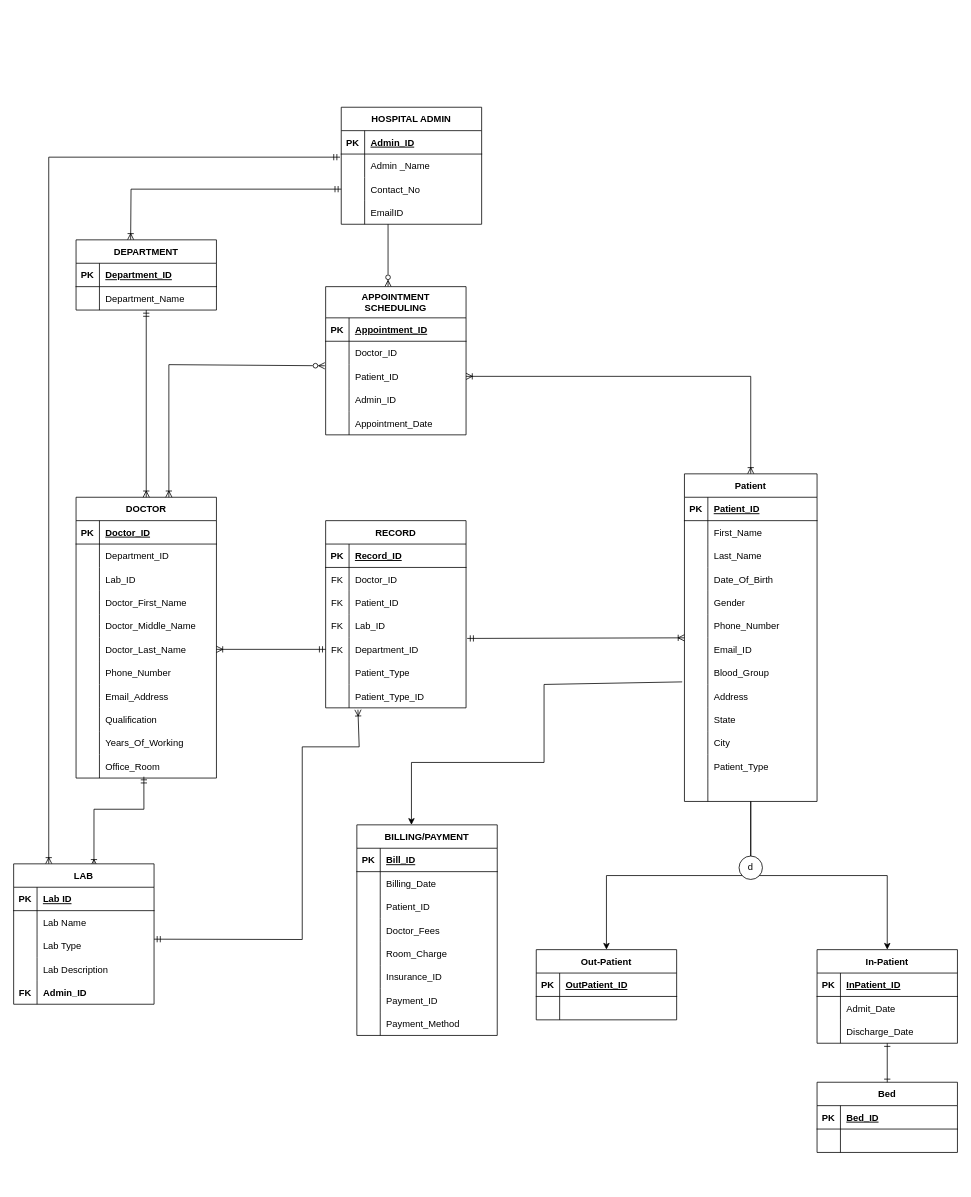
KashyapKompella/DAMG6210_HospitalManagementDatabase keeps this draw.io diagram as Untitled Diagram.drawio. Above is the earlier version. Source tidied: cells renumbered, new cells numbered last; positions are measured from the earlier drawing's top-left corner, leaving out a move shared by most shapes. Both pictures are drawn from the tidied source at 78%, with x=0, y=0 at pixel (13, 107).
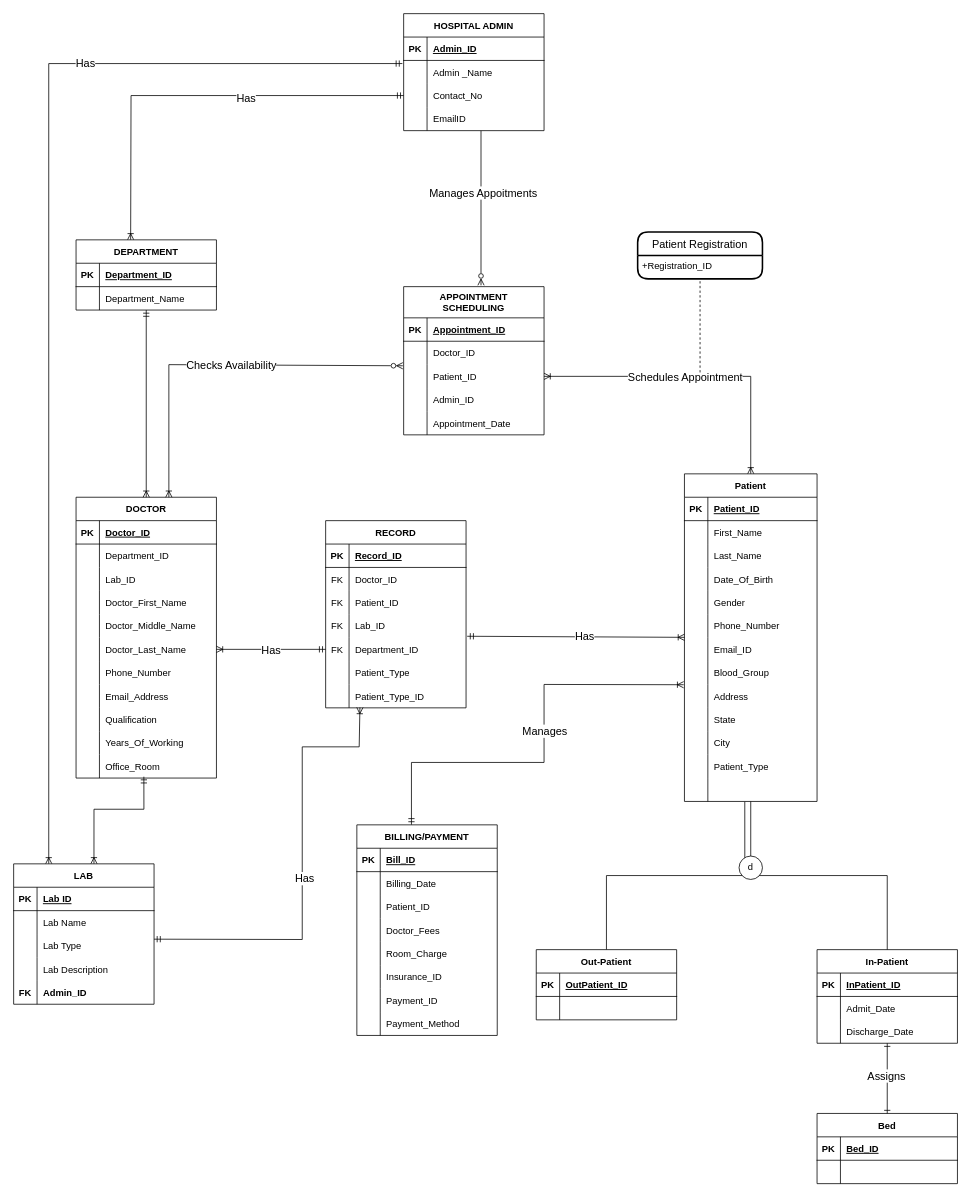
The same diagram, later.

Commit message:
DMDD Group7 Initial ERDv5.drawio

Unchanged cells that the change refers to:
```xml
<mxCell id="3" style="edgeStyle=orthogonalEdgeStyle;rounded=0;jettySize=auto;html=1;startArrow=ERmandOne;startFill=0;endArrow=ERoneToMany;endFill=0;entryX=0.5;entryY=0;entryDx=0;entryDy=0;exitX=0;exitY=0.5;exitDx=0;exitDy=0;" parent="1" edge="1" source="18">
  <mxGeometry relative="1" as="geometry">
    <mxPoint x="150" y="170" as="targetPoint" />
  </mxGeometry>
</mxCell>
<mxCell id="4" style="edgeStyle=orthogonalEdgeStyle;rounded=0;jettySize=auto;html=1;endArrow=ERoneToMany;endFill=0;startArrow=ERoneToMany;startFill=0;exitX=1;exitY=0.5;exitDx=0;exitDy=0;entryX=0.5;entryY=0;entryDx=0;entryDy=0;" parent="1" edge="1" source="89" target="143">
  <mxGeometry relative="1" as="geometry" />
</mxCell>
<mxCell id="6" style="edgeStyle=orthogonalEdgeStyle;rounded=0;jettySize=auto;html=1;startArrow=ERmandOne;startFill=0;endArrow=ERoneToMany;endFill=0;exitX=-0.009;exitY=0.133;exitDx=0;exitDy=0;entryX=0.25;entryY=0;entryDx=0;entryDy=0;exitPerimeter=0;" parent="1" edge="1" source="15" target="24">
  <mxGeometry relative="1" as="geometry" />
</mxCell>
<mxCell id="9" style="rounded=0;jettySize=auto;html=1;startArrow=ERmandOne;startFill=0;endArrow=ERoneToMany;endFill=0;entryX=1;entryY=0.5;entryDx=0;entryDy=0;exitX=0;exitY=0.5;exitDx=0;exitDy=0;" parent="1" edge="1" source="206" target="63">
  <mxGeometry relative="1" as="geometry" />
</mxCell>
<mxCell id="21" style="shape=tableRow;horizontal=0;startSize=0;swimlaneHead=0;swimlaneBody=0;fillColor=none;points=[[0,0.5],[1,0.5]];portConstraint=eastwest;top=0;left=0;right=0;bottom=0;" parent="11" vertex="1">
  <mxGeometry y="120" width="180" height="30" as="geometry" />
</mxCell>
<mxCell id="24" value="LAB" style="shape=table;startSize=30;childLayout=tableLayout;rowLines=0;fontStyle=1;align=center;" parent="1" vertex="1">
  <mxGeometry y="970" width="180" height="180" as="geometry" />
</mxCell>
<mxCell id="31" style="shape=tableRow;horizontal=0;startSize=0;swimlaneHead=0;swimlaneBody=0;fillColor=none;points=[[0,0.5],[1,0.5]];portConstraint=eastwest;top=0;left=0;right=0;bottom=0;" parent="24" vertex="1">
  <mxGeometry y="90" width="180" height="30" as="geometry" />
</mxCell>
<mxCell id="78" style="shape=tableRow;horizontal=0;startSize=0;swimlaneHead=0;swimlaneBody=0;fillColor=none;points=[[0,0.5],[1,0.5]];portConstraint=eastwest;top=0;left=0;right=0;bottom=0;fontSize=12;" parent="47" vertex="1">
  <mxGeometry y="330" width="180" height="30" as="geometry" />
</mxCell>
<mxCell id="123" style="rounded=0;jettySize=auto;html=1;startArrow=ERzeroToMany;startFill=0;endArrow=ERoneToMany;endFill=0;exitX=-0.006;exitY=0.048;exitDx=0;exitDy=0;exitPerimeter=0;" parent="1" edge="1" source="89">
  <mxGeometry relative="1" as="geometry">
    <mxPoint x="199" y="500" as="targetPoint" />
    <Array as="points">
      <mxPoint x="199" y="330" />
    </Array>
  </mxGeometry>
</mxCell>
<mxCell id="124" style="group;" parent="1" vertex="1">
  <mxGeometry x="1030" y="1080" width="180" height="260" as="geometry" />
</mxCell>
<mxCell id="125" value="In-Patient" style="shape=table;startSize=30;childLayout=tableLayout;rowLines=0;fontStyle=1;align=center;fontSize=12;" parent="124" vertex="1">
  <mxGeometry width="180" height="120" as="geometry" />
</mxCell>
<mxCell id="142" style="edgeStyle=orthogonalEdgeStyle;rounded=0;jettySize=auto;html=1;exitX=0.5;exitY=0;exitDx=0;exitDy=0;endArrow=ERone;endFill=0;startArrow=ERone;startFill=0;" parent="124" edge="1" source="135" target="125">
  <mxGeometry relative="1" as="geometry" />
</mxCell>
<mxCell id="143" value="Patient" style="shape=table;startSize=30;childLayout=tableLayout;rowLines=0;fontStyle=1;align=center;fontSize=12;" parent="1" vertex="1">
  <mxGeometry x="860" y="470" width="170" height="420" as="geometry" />
</mxCell>
<mxCell id="168" style="shape=tableRow;horizontal=0;startSize=0;swimlaneHead=0;swimlaneBody=0;fillColor=none;points=[[0,0.5],[1,0.5]];portConstraint=eastwest;top=0;left=0;right=0;bottom=0;fontSize=12;" parent="143" vertex="1">
  <mxGeometry y="270" width="170" height="30" as="geometry" />
</mxCell>
<mxCell id="180" style="shape=tableRow;horizontal=0;startSize=0;swimlaneHead=0;swimlaneBody=0;fillColor=none;points=[[0,0.5],[1,0.5]];portConstraint=eastwest;top=0;left=0;right=0;bottom=0;fontSize=12;" parent="143" vertex="1">
  <mxGeometry y="390" width="170" height="30" as="geometry" />
</mxCell>
<mxCell id="186" value="Out-Patient" style="shape=table;startSize=30;childLayout=tableLayout;rowLines=0;fontStyle=1;align=center;fontSize=12;" parent="1" vertex="1">
  <mxGeometry x="670" y="1080" width="180" height="90" as="geometry" />
</mxCell>
<mxCell id="203" style="shape=tableRow;horizontal=0;startSize=0;swimlaneHead=0;swimlaneBody=0;fillColor=none;points=[[0,0.5],[1,0.5]];portConstraint=eastwest;top=0;left=0;right=0;bottom=0;" parent="193" vertex="1">
  <mxGeometry y="120" width="180" height="30" as="geometry" />
</mxCell>
<mxCell id="206" style="shape=tableRow;horizontal=0;startSize=0;swimlaneHead=0;swimlaneBody=0;fillColor=none;points=[[0,0.5],[1,0.5]];portConstraint=eastwest;top=0;left=0;right=0;bottom=0;" parent="193" vertex="1">
  <mxGeometry y="150" width="180" height="30" as="geometry" />
</mxCell>
<mxCell id="212" style="shape=tableRow;horizontal=0;startSize=0;swimlaneHead=0;swimlaneBody=0;fillColor=none;points=[[0,0.5],[1,0.5]];portConstraint=eastwest;top=0;left=0;right=0;bottom=0;" parent="193" vertex="1">
  <mxGeometry y="210" width="180" height="30" as="geometry" />
</mxCell>
```

The edit, as a diff of the source:
```diff
@@
-    <mxCell id="2" style="edgeStyle=orthogonalEdgeStyle;rounded=0;orthogonalLoop=1;jettySize=auto;html=1;endArrow=ERzeroToMany;endFill=0;" parent="1" edge="1">
-      <mxGeometry relative="1" as="geometry">
-        <mxPoint x="480" y="150" as="sourcePoint" />
-        <mxPoint x="480" y="230" as="targetPoint" />
-      </mxGeometry>
+    <mxCell id="2" style="rounded=0;jettySize=auto;html=1;endArrow=ERzeroToMany;endFill=0;exitX=0.551;exitY=1.008;exitDx=0;exitDy=0;exitPerimeter=0;entryX=0.551;entryY=-0.009;entryDx=0;entryDy=0;entryPerimeter=0;" parent="1" edge="1" source="21" target="82">
+      <mxGeometry relative="1" as="geometry" />
     </mxCell>
+    <mxCell id="215" value="Manages Appoitments" style="edgeLabel;html=1;align=center;verticalAlign=middle;fontSize=14;" parent="2" vertex="1">
+      <mxGeometry x="-0.2" y="2" relative="1" as="geometry" />
+    </mxCell>
@@
+    <mxCell id="216" value="Has" style="edgeLabel;html=1;align=center;verticalAlign=middle;fontSize=14;" parent="3" vertex="1">
+      <mxGeometry x="-0.24" y="3" relative="1" as="geometry" />
+    </mxCell>
@@
+    <mxCell id="217" value="Schedules Appointment" style="edgeLabel;html=1;align=center;verticalAlign=middle;fontSize=14;" parent="4" vertex="1">
+      <mxGeometry x="-0.22" y="-4" relative="1" as="geometry">
+        <mxPoint x="28" y="-4" as="offset" />
+      </mxGeometry>
+    </mxCell>
-    <mxCell id="5" style="rounded=0;jettySize=auto;html=1;entryX=0.5;entryY=0;entryDx=0;entryDy=0;exitX=-0.017;exitY=-0.11;exitDx=0;exitDy=0;exitPerimeter=0;" parent="1" edge="1" source="168">
+    <mxCell id="5" style="rounded=0;jettySize=auto;html=1;entryX=0.5;entryY=0;entryDx=0;entryDy=0;exitX=-0.006;exitY=0.012;exitDx=0;exitDy=0;exitPerimeter=0;endArrow=ERmandOne;endFill=0;startArrow=ERoneToMany;startFill=0;" parent="1" edge="1" source="168">
       <mxGeometry relative="1" as="geometry">
         <mxPoint x="510" y="920" as="targetPoint" />
         <Array as="points">
           <mxPoint x="680" y="740" />
           <mxPoint x="680" y="840" />
           <mxPoint x="510" y="840" />
         </Array>
       </mxGeometry>
     </mxCell>
+    <mxCell id="218" value="Manages" style="edgeLabel;html=1;align=center;verticalAlign=middle;fontSize=14;" parent="5" vertex="1">
+      <mxGeometry x="-0.1" relative="1" as="geometry" />
+    </mxCell>
@@
+    <mxCell id="219" value="Has" style="edgeLabel;html=1;align=center;verticalAlign=middle;fontSize=14;" parent="6" vertex="1">
+      <mxGeometry x="-0.45" relative="1" as="geometry" />
+    </mxCell>
-    <mxCell id="7" style="rounded=0;jettySize=auto;html=1;startArrow=ERmandOne;startFill=0;endArrow=ERoneToMany;endFill=0;entryX=0.572;entryY=0.014;entryDx=0;entryDy=0;exitX=0.483;exitY=0.943;exitDx=0;exitDy=0;exitPerimeter=0;entryPerimeter=0;" parent="1" edge="1" source="78" target="24">
+    <mxCell id="7" style="rounded=0;jettySize=auto;html=1;startArrow=ERmandOne;startFill=0;endArrow=ERoneToMany;endFill=0;entryX=0.572;entryY=0;entryDx=0;entryDy=0;exitX=0.483;exitY=0.943;exitDx=0;exitDy=0;exitPerimeter=0;entryPerimeter=0;" parent="1" edge="1" source="78" target="24">
       <mxGeometry relative="1" as="geometry">
         <Array as="points">
           <mxPoint x="167" y="900" />
           <mxPoint x="103" y="900" />
         </Array>
       </mxGeometry>
     </mxCell>
-    <mxCell id="8" style="rounded=0;jettySize=auto;html=1;startArrow=ERmandOne;startFill=0;endArrow=ERoneToMany;endFill=0;exitX=1;exitY=0.219;exitDx=0;exitDy=0;exitPerimeter=0;entryX=0.23;entryY=1.081;entryDx=0;entryDy=0;entryPerimeter=0;" parent="1" edge="1" source="31" target="212">
+    <mxCell id="8" style="rounded=0;jettySize=auto;html=1;startArrow=ERmandOne;startFill=0;endArrow=ERoneToMany;endFill=0;exitX=1;exitY=0.219;exitDx=0;exitDy=0;exitPerimeter=0;entryX=0.244;entryY=0.984;entryDx=0;entryDy=0;entryPerimeter=0;" parent="1" edge="1" source="31" target="212">
       <mxGeometry relative="1" as="geometry">
         <Array as="points">
           <mxPoint x="370" y="1067" />
           <mxPoint x="370" y="820" />
           <mxPoint x="443" y="820" />
         </Array>
       </mxGeometry>
     </mxCell>
+    <mxCell id="220" value="Has" style="edgeLabel;html=1;align=center;verticalAlign=middle;fontSize=14;" parent="8" vertex="1">
+      <mxGeometry x="-0.04" y="-2" relative="1" as="geometry" />
+    </mxCell>
@@
+    <mxCell id="221" value="Has" style="edgeLabel;html=1;align=center;verticalAlign=middle;fontSize=14;" parent="9" vertex="1">
+      <mxGeometry x="-0.15" y="1" relative="1" as="geometry">
+        <mxPoint x="-11" y="-1" as="offset" />
+      </mxGeometry>
+    </mxCell>
-    <mxCell id="10" style="rounded=0;jettySize=auto;html=1;startArrow=ERmandOne;startFill=0;endArrow=ERoneToMany;endFill=0;exitX=1.008;exitY=0.033;exitDx=0;exitDy=0;exitPerimeter=0;" parent="1" edge="1" source="206" target="143">
+    <mxCell id="10" style="rounded=0;jettySize=auto;html=1;startArrow=ERmandOne;startFill=0;endArrow=ERoneToMany;endFill=0;exitX=1.008;exitY=0.941;exitDx=0;exitDy=0;exitPerimeter=0;" parent="1" edge="1" source="203" target="143">
       <mxGeometry relative="1" as="geometry" />
     </mxCell>
+    <mxCell id="222" value="Has" style="edgeLabel;html=1;align=center;verticalAlign=middle;fontSize=14;" parent="10" vertex="1">
+      <mxGeometry x="0.08" relative="1" as="geometry" />
+    </mxCell>
     <mxCell id="11" value="HOSPITAL ADMIN" style="shape=table;startSize=30;childLayout=tableLayout;rowLines=0;fontStyle=1;align=center;" parent="1" vertex="1">
-      <mxGeometry x="420" width="180" height="150" as="geometry" />
+      <mxGeometry x="500" y="-120" width="180" height="150" as="geometry" />
     </mxCell>
@@
     <mxCell id="82" value="APPOINTMENT &#10;SCHEDULING" style="shape=table;startSize=40;childLayout=tableLayout;rowLines=0;fontStyle=1;align=center;fontSize=12;" parent="1" vertex="1">
-      <mxGeometry x="400" y="230" width="180" height="190" as="geometry" />
+      <mxGeometry x="500" y="230" width="180" height="190" as="geometry" />
     </mxCell>
@@
+    <mxCell id="223" value="Checks Availability" style="edgeLabel;html=1;align=center;verticalAlign=middle;fontSize=14;" parent="123" vertex="1">
+      <mxGeometry x="-0.09" y="1" relative="1" as="geometry">
+        <mxPoint x="-6" y="-1" as="offset" />
+      </mxGeometry>
+    </mxCell>
@@
     <mxCell id="135" value="Bed" style="shape=table;startSize=30;childLayout=tableLayout;rowLines=0;fontStyle=1;align=center;fontSize=12;" parent="124" vertex="1">
-      <mxGeometry y="170" width="180" height="90" as="geometry" />
+      <mxGeometry y="210" width="180" height="90" as="geometry" />
     </mxCell>
@@
+    <mxCell id="224" value="Assigns" style="edgeLabel;html=1;align=center;verticalAlign=middle;fontSize=14;" parent="142" vertex="1">
+      <mxGeometry x="0.09" y="2" relative="1" as="geometry" />
+    </mxCell>
@@
-    <mxCell id="183" style="edgeStyle=orthogonalEdgeStyle;rounded=0;jettySize=auto;html=1;exitX=0.5;exitY=0;exitDx=0;exitDy=0;startArrow=classic;startFill=1;endArrow=none;endFill=0;" parent="1" edge="1" source="125" target="143">
+    <mxCell id="183" style="edgeStyle=orthogonalEdgeStyle;rounded=0;jettySize=auto;html=1;exitX=0.5;exitY=0;exitDx=0;exitDy=0;startArrow=none;startFill=0;endArrow=none;endFill=0;" parent="1" edge="1" source="125" target="143">
       <mxGeometry relative="1" as="geometry" />
     </mxCell>
-    <mxCell id="184" style="edgeStyle=orthogonalEdgeStyle;rounded=0;jettySize=auto;html=1;exitX=0.5;exitY=0;exitDx=0;exitDy=0;startArrow=classic;startFill=1;endArrow=none;endFill=0;" parent="1" edge="1" source="186" target="143">
+    <mxCell id="184" style="edgeStyle=orthogonalEdgeStyle;rounded=0;jettySize=auto;html=1;exitX=0.5;exitY=0;exitDx=0;exitDy=0;startArrow=none;startFill=0;endArrow=none;endFill=0;entryX=0.455;entryY=1.016;entryDx=0;entryDy=0;entryPerimeter=0;" parent="1" edge="1" source="186" target="180">
       <mxGeometry relative="1" as="geometry" />
     </mxCell>
@@
+    <mxCell id="225" style="endArrow=none;dashed=1;html=1;rounded=0;fontSize=14;" parent="1" edge="1">
+      <mxGeometry relative="1" as="geometry">
+        <mxPoint x="880" y="340" as="sourcePoint" />
+        <mxPoint x="880" y="220" as="targetPoint" />
+      </mxGeometry>
+    </mxCell>
+    <mxCell id="226" value="Patient Registration" style="swimlane;horizontal=1;startSize=30;rounded=1;fontSize=14;fontStyle=0;strokeWidth=2;shadow=0;dashed=0;align=center;" parent="1" vertex="1">
+      <mxGeometry x="800" y="160" width="160" height="60" as="geometry" />
+    </mxCell>
+    <mxCell id="227" value="+Registration_ID" style="align=left;strokeColor=none;fillColor=none;spacingLeft=4;fontSize=12;verticalAlign=top;" parent="226" vertex="1">
+      <mxGeometry y="30" width="160" height="30" as="geometry" />
+    </mxCell>
```
